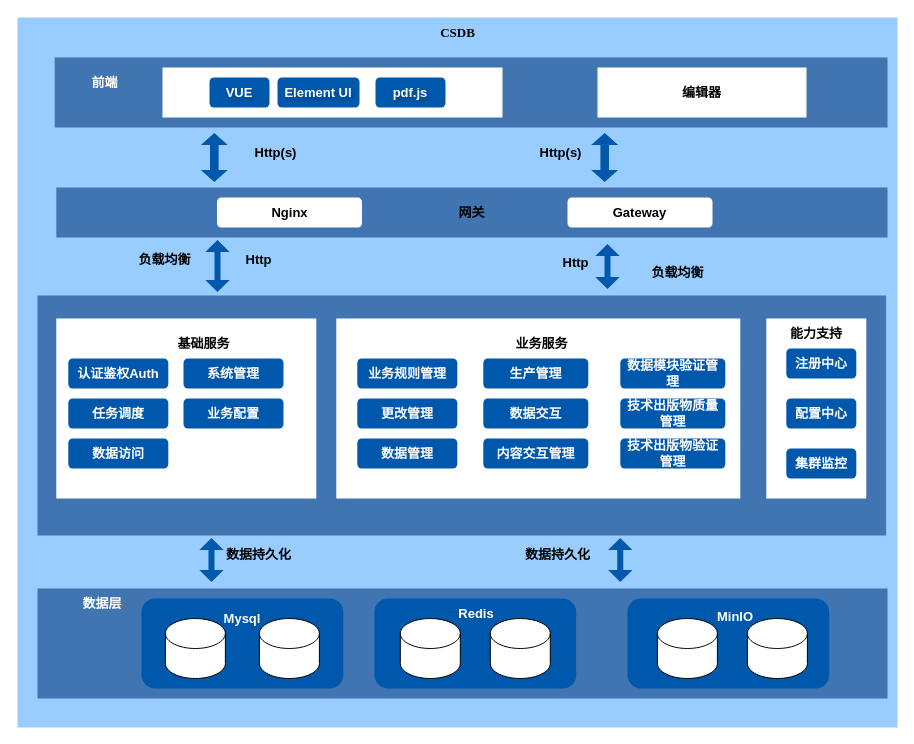
Earlier version of the draw.io diagram csdb/csdb 技术架构图.drawio (DemonHan/KuickBuy). Source tidied: cells renumbered, new cells numbered last; positions are measured from the earlier drawing's top-left corner, leaving out a move shared by most shapes. Both pictures are drawn from the tidied source at 100%, with x=0, y=0 at pixel (17, 17).
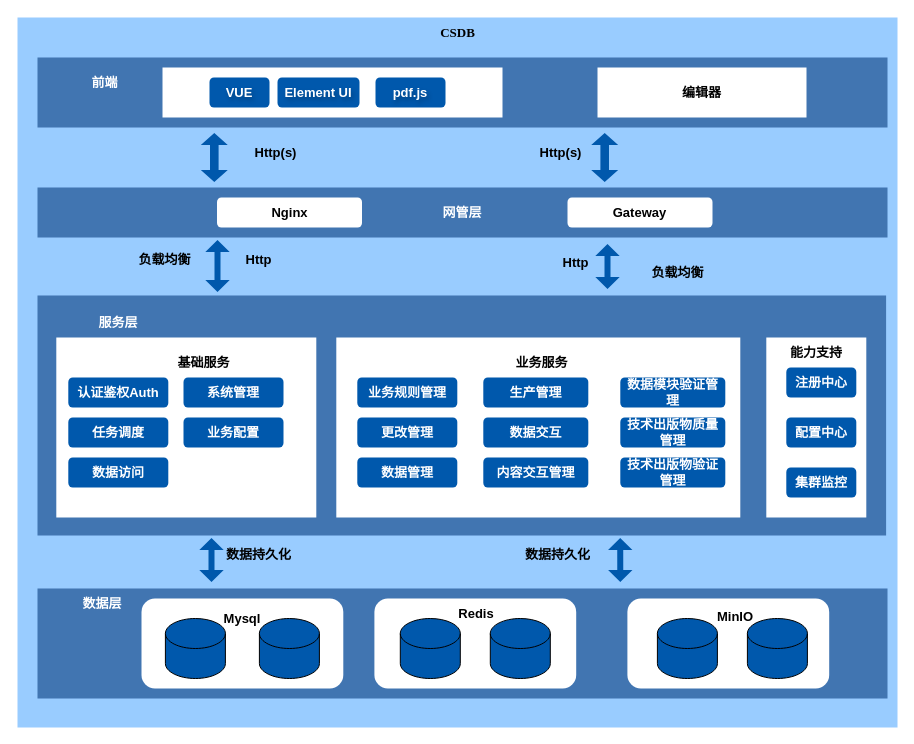
The same diagram, later.

Commit message (it also covers changes not shown here):
更新csdb 技术架构图.drawio

Diff of the diagram source:
```diff
@@
-    <mxCell id="5" style="rounded=1;whiteSpace=wrap;html=1;dashed=1;fontStyle=1;fontSize=13;fillColor=#0058AC;strokeColor=none;" parent="1" vertex="1">
+    <mxCell id="5" style="rounded=1;whiteSpace=wrap;html=1;dashed=1;fontStyle=1;fontSize=13;fillColor=#FFFFFF;strokeColor=none;" parent="1" vertex="1">
       <mxGeometry x="124" y="581" width="201.8" height="90" as="geometry" />
     </mxCell>
     <mxCell id="6" style="rounded=0;whiteSpace=wrap;html=1;fontStyle=1;fontSize=13;fillColor=#FFFFFF;strokeColor=none;" parent="1" vertex="1">
-      <mxGeometry x="38.8" y="301" width="260" height="180" as="geometry" />
+      <mxGeometry x="38.8" y="320" width="260" height="180" as="geometry" />
     </mxCell>
     <mxCell id="7" style="rounded=0;whiteSpace=wrap;html=1;fontStyle=1;fontSize=13;fillColor=#FFFFFF;strokeColor=none;" parent="1" vertex="1">
-      <mxGeometry x="748.8" y="301" width="100" height="180" as="geometry" />
+      <mxGeometry x="748.8" y="320" width="100" height="180" as="geometry" />
     </mxCell>
     <mxCell id="8" value="注册中心" style="rounded=1;whiteSpace=wrap;html=1;fontStyle=1;fontSize=13;strokeColor=none;fillColor=#0058AC;fontColor=#FFFFFF;" parent="1" vertex="1">
-      <mxGeometry x="768.8" y="331" width="70" height="30" as="geometry" />
+      <mxGeometry x="768.8" y="350" width="70" height="30" as="geometry" />
     </mxCell>
     <mxCell id="9" value="配置中心" style="rounded=1;whiteSpace=wrap;html=1;fontStyle=1;fontSize=13;strokeColor=none;fillColor=#0058AC;fontColor=#FFFFFF;" parent="1" vertex="1">
-      <mxGeometry x="768.8" y="381" width="70" height="30" as="geometry" />
+      <mxGeometry x="768.8" y="400" width="70" height="30" as="geometry" />
     </mxCell>
     <mxCell id="10" value="集群监控" style="rounded=1;whiteSpace=wrap;html=1;fontStyle=1;fontSize=13;strokeColor=none;fillColor=#0058AC;fontColor=#FFFFFF;" parent="1" vertex="1">
-      <mxGeometry x="768.8" y="431" width="70" height="30" as="geometry" />
+      <mxGeometry x="768.8" y="450" width="70" height="30" as="geometry" />
     </mxCell>
@@
-    <mxCell id="12" style="shape=cylinder3;whiteSpace=wrap;html=1;boundedLbl=1;backgroundOutline=1;size=15;fontStyle=1;fontSize=13;strokeColor=default;" parent="1" vertex="1">
+    <mxCell id="12" style="shape=cylinder3;whiteSpace=wrap;html=1;boundedLbl=1;backgroundOutline=1;size=15;fontStyle=1;fontSize=13;strokeColor=default;fillColor=#0058AC;" parent="1" vertex="1">
       <mxGeometry x="147.9" y="601" width="60" height="60" as="geometry" />
     </mxCell>
-    <mxCell id="13" style="shape=cylinder3;whiteSpace=wrap;html=1;boundedLbl=1;backgroundOutline=1;size=15;fontStyle=1;fontSize=13;strokeColor=default;" parent="1" vertex="1">
+    <mxCell id="13" style="shape=cylinder3;whiteSpace=wrap;html=1;boundedLbl=1;backgroundOutline=1;size=15;fontStyle=1;fontSize=13;strokeColor=default;fillColor=#0058AC;" parent="1" vertex="1">
       <mxGeometry x="241.9" y="601" width="60" height="60" as="geometry" />
     </mxCell>
     <mxCell id="14" value="基础服务" style="text;html=1;align=center;verticalAlign=middle;strokeColor=none;fillColor=none;fontStyle=1;fontSize=13;" parent="1" vertex="1">
-      <mxGeometry x="145.8" y="311" width="80" height="30" as="geometry" />
+      <mxGeometry x="145.8" y="330" width="80" height="30" as="geometry" />
     </mxCell>
     <mxCell id="15" value="认证鉴权Auth" style="rounded=1;whiteSpace=wrap;html=1;fontStyle=1;fontSize=13;strokeColor=none;fillColor=#0058AC;fontColor=#FFFFFF;" parent="1" vertex="1">
-      <mxGeometry x="50.8" y="341" width="100" height="30" as="geometry" />
+      <mxGeometry x="50.8" y="360" width="100" height="30" as="geometry" />
     </mxCell>
     <mxCell id="16" value="任务调度" style="rounded=1;whiteSpace=wrap;html=1;fontStyle=1;fontSize=13;strokeColor=none;fillColor=#0058AC;fontColor=#FFFFFF;" parent="1" vertex="1">
-      <mxGeometry x="50.8" y="381" width="100" height="30" as="geometry" />
+      <mxGeometry x="50.8" y="400" width="100" height="30" as="geometry" />
     </mxCell>
     <mxCell id="17" value="数据访问" style="rounded=1;whiteSpace=wrap;html=1;fontStyle=1;fontSize=13;strokeColor=none;fillColor=#0058AC;fontColor=#FFFFFF;" parent="1" vertex="1">
-      <mxGeometry x="50.8" y="421" width="100" height="30" as="geometry" />
+      <mxGeometry x="50.8" y="440" width="100" height="30" as="geometry" />
     </mxCell>
     <mxCell id="18" style="rounded=0;whiteSpace=wrap;html=1;fontStyle=1;fontSize=13;fillColor=#FFFFFF;strokeColor=none;" parent="1" vertex="1">
-      <mxGeometry x="318.8" y="301" width="404" height="180" as="geometry" />
+      <mxGeometry x="318.8" y="320" width="404" height="180" as="geometry" />
     </mxCell>
     <mxCell id="19" value="业务服务" style="text;html=1;align=center;verticalAlign=middle;strokeColor=none;fillColor=none;fontStyle=1;fontSize=13;" parent="1" vertex="1">
-      <mxGeometry x="483.8" y="311" width="80" height="30" as="geometry" />
+      <mxGeometry x="483.8" y="330" width="80" height="30" as="geometry" />
     </mxCell>
     <mxCell id="20" value="业务规则管理" style="rounded=1;whiteSpace=wrap;html=1;fontStyle=1;fontSize=13;strokeColor=none;fillColor=#0058AC;fontColor=#FFFFFF;" parent="1" vertex="1">
-      <mxGeometry x="339.8" y="341" width="100" height="30" as="geometry" />
+      <mxGeometry x="339.8" y="360" width="100" height="30" as="geometry" />
     </mxCell>
     <mxCell id="21" value="更改管理" style="rounded=1;whiteSpace=wrap;html=1;fontStyle=1;fontSize=13;strokeColor=none;fillColor=#0058AC;fontColor=#FFFFFF;" parent="1" vertex="1">
-      <mxGeometry x="339.8" y="381" width="100" height="30" as="geometry" />
+      <mxGeometry x="339.8" y="400" width="100" height="30" as="geometry" />
     </mxCell>
     <mxCell id="22" value="数据管理" style="rounded=1;whiteSpace=wrap;html=1;fontStyle=1;fontSize=13;strokeColor=none;fillColor=#0058AC;fontColor=#FFFFFF;" parent="1" vertex="1">
-      <mxGeometry x="339.8" y="421" width="100" height="30" as="geometry" />
+      <mxGeometry x="339.8" y="440" width="100" height="30" as="geometry" />
     </mxCell>
     <mxCell id="23" value="生产管理" style="rounded=1;whiteSpace=wrap;html=1;fontStyle=1;fontSize=13;strokeColor=none;fillColor=#0058AC;fontColor=#FFFFFF;" parent="1" vertex="1">
-      <mxGeometry x="465.8" y="341" width="105" height="30" as="geometry" />
+      <mxGeometry x="465.8" y="360" width="105" height="30" as="geometry" />
     </mxCell>
     <mxCell id="24" value="数据交互" style="rounded=1;whiteSpace=wrap;html=1;fontStyle=1;fontSize=13;strokeColor=none;fillColor=#0058AC;fontColor=#FFFFFF;" parent="1" vertex="1">
-      <mxGeometry x="465.8" y="381" width="105" height="30" as="geometry" />
+      <mxGeometry x="465.8" y="400" width="105" height="30" as="geometry" />
     </mxCell>
     <mxCell id="25" value="内容交互管理" style="rounded=1;whiteSpace=wrap;html=1;fontStyle=1;fontSize=13;strokeColor=none;fillColor=#0058AC;fontColor=#FFFFFF;" parent="1" vertex="1">
-      <mxGeometry x="465.8" y="421" width="105" height="30" as="geometry" />
+      <mxGeometry x="465.8" y="440" width="105" height="30" as="geometry" />
     </mxCell>
     <mxCell id="26" value="系统管理" style="rounded=1;whiteSpace=wrap;html=1;fontStyle=1;fontSize=13;strokeColor=none;fillColor=#0058AC;fontColor=#FFFFFF;" parent="1" vertex="1">
-      <mxGeometry x="166" y="341" width="100" height="30" as="geometry" />
+      <mxGeometry x="166" y="360" width="100" height="30" as="geometry" />
     </mxCell>
     <mxCell id="27" value="业务配置" style="rounded=1;whiteSpace=wrap;html=1;fontStyle=1;fontSize=13;strokeColor=none;fillColor=#0058AC;fontColor=#FFFFFF;" parent="1" vertex="1">
-      <mxGeometry x="166" y="381" width="100" height="30" as="geometry" />
+      <mxGeometry x="166" y="400" width="100" height="30" as="geometry" />
     </mxCell>
     <mxCell id="28" value="数据模块验证管理" style="rounded=1;whiteSpace=wrap;html=1;fontStyle=1;fontSize=13;strokeColor=none;fillColor=#0058AC;fontColor=#FFFFFF;" parent="1" vertex="1">
-      <mxGeometry x="602.8" y="341" width="105" height="30" as="geometry" />
+      <mxGeometry x="602.8" y="360" width="105" height="30" as="geometry" />
     </mxCell>
     <mxCell id="29" value="技术出版物质量管理" style="rounded=1;whiteSpace=wrap;html=1;fontStyle=1;fontSize=13;strokeColor=none;fillColor=#0058AC;fontColor=#FFFFFF;" parent="1" vertex="1">
-      <mxGeometry x="602.8" y="381" width="105" height="30" as="geometry" />
+      <mxGeometry x="602.8" y="400" width="105" height="30" as="geometry" />
     </mxCell>
     <mxCell id="30" value="技术出版物验证管理" style="rounded=1;whiteSpace=wrap;html=1;fontStyle=1;fontSize=13;strokeColor=none;fillColor=#0058AC;fontColor=#FFFFFF;" parent="1" vertex="1">
-      <mxGeometry x="602.8" y="421" width="105" height="30" as="geometry" />
+      <mxGeometry x="602.8" y="440" width="105" height="30" as="geometry" />
     </mxCell>
     <mxCell id="31" value="能力支持" style="text;html=1;align=center;verticalAlign=middle;whiteSpace=wrap;rounded=0;fontStyle=1;fontSize=13;strokeColor=none;" parent="1" vertex="1">
-      <mxGeometry x="768.8" y="301" width="60" height="30" as="geometry" />
+      <mxGeometry x="768.8" y="320" width="60" height="30" as="geometry" />
     </mxCell>
-    <mxCell id="32" value="网关" style="rounded=0;whiteSpace=wrap;html=1;fontStyle=1;fontSize=13;fillColor=#4175B1;strokeColor=none;" parent="1" vertex="1">
-      <mxGeometry x="38.8" y="170" width="831.2" height="50" as="geometry" />
+    <mxCell id="32" value="&lt;font color=&quot;#ffffff&quot;&gt;网管层&lt;/font&gt;" style="rounded=0;whiteSpace=wrap;html=1;fontStyle=1;fontSize=13;fillColor=#4175B1;strokeColor=none;" parent="1" vertex="1">
+      <mxGeometry x="20" y="170" width="850" height="50" as="geometry" />
     </mxCell>
     <mxCell id="33" style="rounded=0;whiteSpace=wrap;html=1;fillColor=#4175B1;fontStyle=1;fontSize=13;strokeColor=none;" parent="1" vertex="1">
-      <mxGeometry x="37.2" y="40" width="832.8" height="70" as="geometry" />
+      <mxGeometry x="20" y="40" width="850" height="70" as="geometry" />
     </mxCell>
@@
-    <mxCell id="50" style="rounded=1;whiteSpace=wrap;html=1;dashed=1;fontStyle=1;fontSize=13;fillColor=#0058AC;strokeColor=none;" parent="1" vertex="1">
+    <mxCell id="50" style="rounded=1;whiteSpace=wrap;html=1;dashed=1;fontStyle=1;fontSize=13;fillColor=#FFFFFF;strokeColor=none;" parent="1" vertex="1">
       <mxGeometry x="356.9" y="581" width="201.8" height="90" as="geometry" />
     </mxCell>
@@
-    <mxCell id="53" value="Mysql" style="text;html=1;align=center;verticalAlign=middle;whiteSpace=wrap;rounded=0;fontStyle=1;fontSize=13;strokeColor=none;fontColor=#FFFFFF;" parent="1" vertex="1">
+    <mxCell id="53" value="Mysql" style="text;html=1;align=center;verticalAlign=middle;whiteSpace=wrap;rounded=0;fontStyle=1;fontSize=13;strokeColor=none;fontColor=#000000;" parent="1" vertex="1">
       <mxGeometry x="194.9" y="586" width="60" height="30" as="geometry" />
     </mxCell>
-    <mxCell id="54" style="shape=cylinder3;whiteSpace=wrap;html=1;boundedLbl=1;backgroundOutline=1;size=15;fontStyle=1;fontSize=13;strokeColor=default;" parent="1" vertex="1">
+    <mxCell id="54" style="shape=cylinder3;whiteSpace=wrap;html=1;boundedLbl=1;backgroundOutline=1;size=15;fontStyle=1;fontSize=13;strokeColor=default;fillColor=#0058AC;" parent="1" vertex="1">
       <mxGeometry x="382.8" y="601" width="60" height="60" as="geometry" />
     </mxCell>
-    <mxCell id="55" style="shape=cylinder3;whiteSpace=wrap;html=1;boundedLbl=1;backgroundOutline=1;size=15;fontStyle=1;fontSize=13;strokeColor=default;" parent="1" vertex="1">
+    <mxCell id="55" style="shape=cylinder3;whiteSpace=wrap;html=1;boundedLbl=1;backgroundOutline=1;size=15;fontStyle=1;fontSize=13;strokeColor=default;fillColor=#0058AC;" parent="1" vertex="1">
       <mxGeometry x="472.8" y="601" width="60" height="60" as="geometry" />
     </mxCell>
-    <mxCell id="56" value="Redis" style="text;html=1;align=center;verticalAlign=middle;whiteSpace=wrap;rounded=0;fontStyle=1;fontSize=13;strokeColor=none;fontColor=#FFFFFF;" parent="1" vertex="1">
+    <mxCell id="56" value="Redis" style="text;html=1;align=center;verticalAlign=middle;whiteSpace=wrap;rounded=0;fontStyle=1;fontSize=13;strokeColor=none;fontColor=#000000;" parent="1" vertex="1">
       <mxGeometry x="428.6" y="581" width="60" height="30" as="geometry" />
     </mxCell>
-    <mxCell id="57" style="rounded=1;whiteSpace=wrap;html=1;dashed=1;fontStyle=1;fontSize=13;fillColor=#0058AC;strokeColor=none;" parent="1" vertex="1">
+    <mxCell id="57" style="rounded=1;whiteSpace=wrap;html=1;dashed=1;fontStyle=1;fontSize=13;fillColor=#FFFFFF;strokeColor=none;" parent="1" vertex="1">
       <mxGeometry x="609.9" y="581" width="201.8" height="90" as="geometry" />
     </mxCell>
-    <mxCell id="58" value="MinIO" style="text;html=1;align=center;verticalAlign=middle;whiteSpace=wrap;rounded=0;fontStyle=1;fontSize=13;strokeColor=none;fontColor=#FFFFFF;" parent="1" vertex="1">
+    <mxCell id="58" value="MinIO" style="text;html=1;align=center;verticalAlign=middle;whiteSpace=wrap;rounded=0;fontStyle=1;fontSize=13;strokeColor=none;fontColor=#000000;" parent="1" vertex="1">
       <mxGeometry x="687.6" y="584" width="60" height="30" as="geometry" />
     </mxCell>
-    <mxCell id="59" style="shape=cylinder3;whiteSpace=wrap;html=1;boundedLbl=1;backgroundOutline=1;size=15;fontStyle=1;fontSize=13;strokeColor=default;" parent="1" vertex="1">
+    <mxCell id="59" style="shape=cylinder3;whiteSpace=wrap;html=1;boundedLbl=1;backgroundOutline=1;size=15;fontStyle=1;fontSize=13;strokeColor=default;fillColor=#0058AC;" parent="1" vertex="1">
       <mxGeometry x="639.9" y="601" width="60" height="60" as="geometry" />
     </mxCell>
-    <mxCell id="60" style="shape=cylinder3;whiteSpace=wrap;html=1;boundedLbl=1;backgroundOutline=1;size=15;fontStyle=1;fontSize=13;strokeColor=default;" parent="1" vertex="1">
+    <mxCell id="60" style="shape=cylinder3;whiteSpace=wrap;html=1;boundedLbl=1;backgroundOutline=1;size=15;fontStyle=1;fontSize=13;strokeColor=default;fillColor=#0058AC;" parent="1" vertex="1">
       <mxGeometry x="729.9" y="601" width="60" height="60" as="geometry" />
     </mxCell>
@@
+    <mxCell id="67" value="服务层" style="text;html=1;align=center;verticalAlign=middle;whiteSpace=wrap;rounded=0;fontStyle=1;fontSize=13;strokeColor=none;fontColor=#FFFFFF;" parent="1" vertex="1">
+      <mxGeometry x="70.8" y="290" width="60" height="30" as="geometry" />
+    </mxCell>
```
